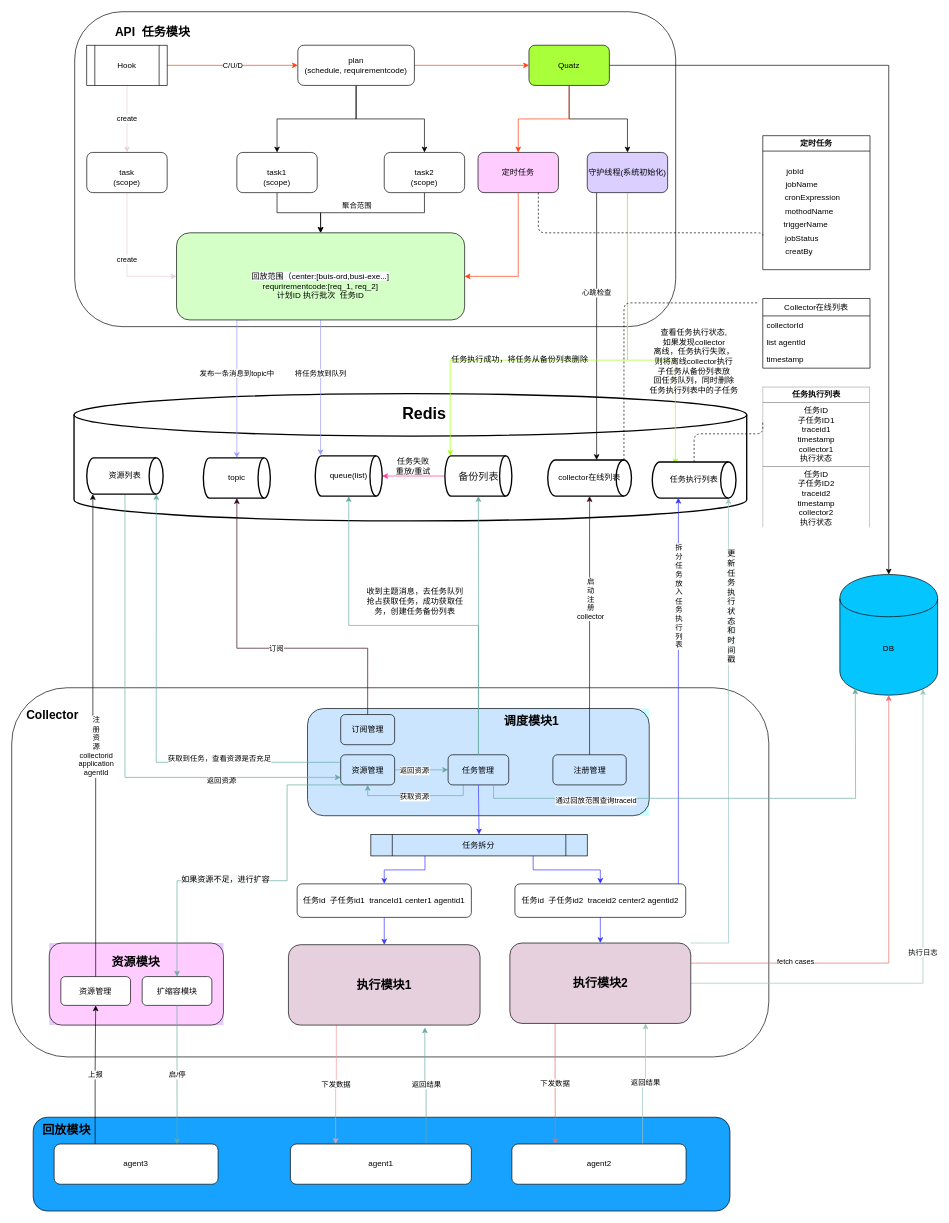
The draw.io diagram 调度管理.drawio in mayi295940/diagrams, before the edit. Source tidied: cells renumbered, new cells numbered last; positions are measured from the earlier drawing's top-left corner, leaving out a move shared by most shapes. Both pictures are drawn from the tidied source at 67%, with x=0, y=0 at pixel (11, 11).
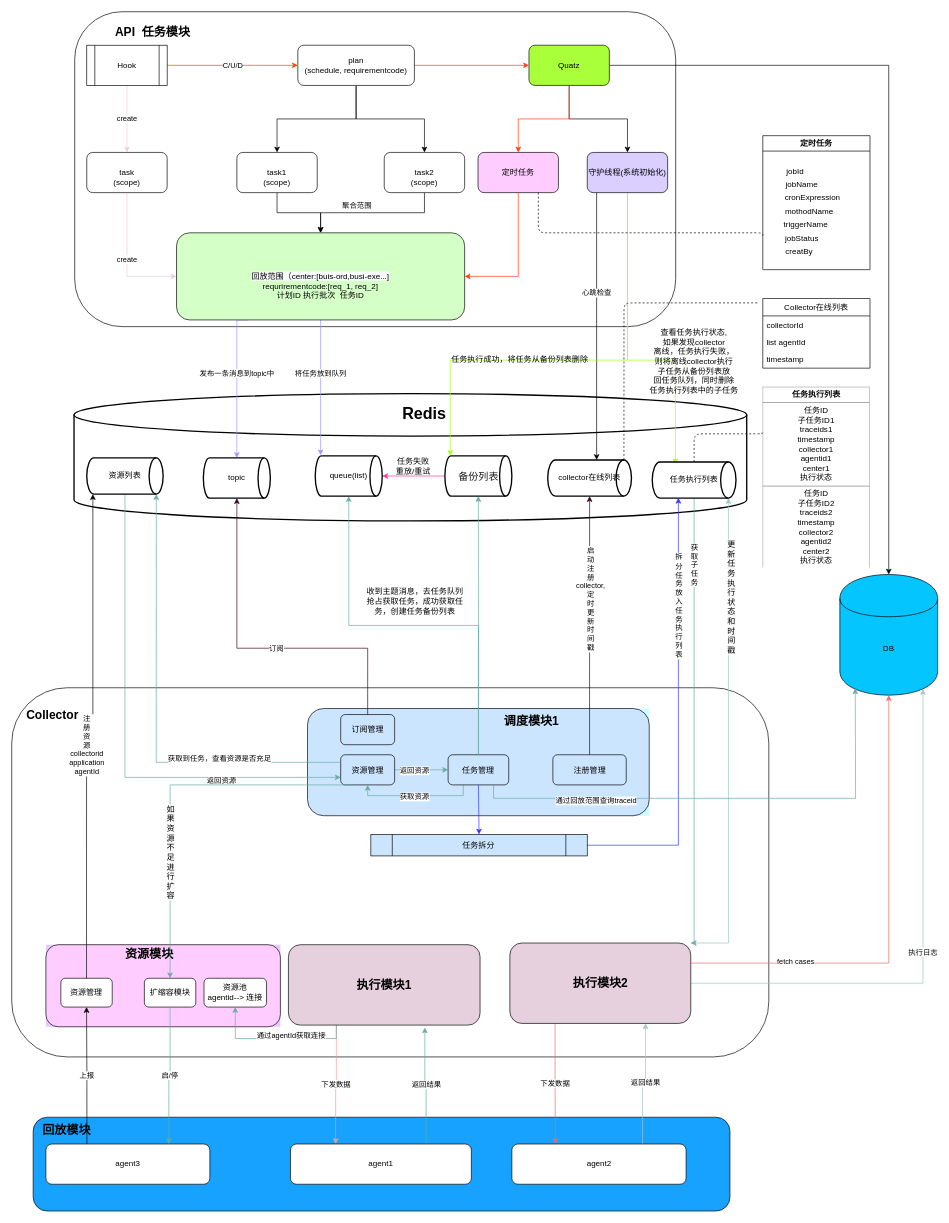
The same page after the edit.

Commit message:
更新调度管理.drawio

Unchanged cells that the change refers to:
```xml
<mxCell id="38" style="edgeStyle=orthogonalEdgeStyle;rounded=0;jettySize=auto;html=1;exitX=1;exitY=0;exitDx=0;exitDy=0;entryX=0.91;entryY=1;entryDx=0;entryDy=0;entryPerimeter=0;strokeColor=#9AC7BF;fillColor=#FFFF99;" parent="1" edge="1" source="40" target="64">
  <mxGeometry relative="1" as="geometry">
    <Array as="points">
      <mxPoint x="1070" y="1390" />
    </Array>
  </mxGeometry>
</mxCell>
<mxCell id="40" value="&lt;font style=&quot;font-size: 18px&quot;&gt;&lt;b&gt;执行模块2&lt;/b&gt;&lt;/font&gt;" style="rounded=1;whiteSpace=wrap;html=1;fillColor=#E6D0DE;" parent="1" vertex="1">
  <mxGeometry x="743.5" y="1390" width="270" height="120" as="geometry" />
</mxCell>
<mxCell id="55" value="资源管理" style="rounded=1;whiteSpace=wrap;html=1;strokeColor=#000000;fillColor=#CCE5FF;" parent="51" vertex="1">
  <mxGeometry x="29.5" y="69" width="80.5" height="45" as="geometry" />
</mxCell>
<mxCell id="64" value="任务执行列表" style="strokeWidth=2;html=1;shape=mxgraph.flowchart.direct_data;whiteSpace=wrap;fillColor=#FFFFFF;" parent="1" vertex="1">
  <mxGeometry x="956" y="672" width="125" height="54" as="geometry" />
</mxCell>
<mxCell id="76" value="&lt;font style=&quot;font-size: 18px&quot;&gt;&lt;b&gt;执行模块1&lt;/b&gt;&lt;/font&gt;" style="rounded=1;whiteSpace=wrap;html=1;fillColor=#E6D0DE;" parent="1" vertex="1">
  <mxGeometry x="413" y="1392.5" width="286" height="120" as="geometry" />
</mxCell>
<mxCell id="94" value="任务拆分" style="shape=process;whiteSpace=wrap;html=1;backgroundOutline=1;fillColor=#CCE5FF;" parent="1" vertex="1">
  <mxGeometry x="536" y="1228" width="323" height="32" as="geometry" />
</mxCell>
<mxCell id="112" style="edgeStyle=none;rounded=0;jettySize=auto;html=1;exitX=0.5;exitY=0;exitDx=0;exitDy=0;entryX=0.5;entryY=1;entryDx=0;entryDy=0;entryPerimeter=0;strokeColor=#33001A;fillColor=#FFFF99;" parent="1" edge="1" source="56" target="74">
  <mxGeometry relative="1" as="geometry" />
</mxCell>
```

The edit, as a diff of the source:
```diff
@@
     <mxCell id="39" value="&lt;span style=&quot;font-size: 12px ; background-color: rgb(248 , 249 , 250)&quot;&gt;更&lt;/span&gt;&lt;br style=&quot;font-size: 12px ; background-color: rgb(248 , 249 , 250)&quot;&gt;&lt;span style=&quot;font-size: 12px ; background-color: rgb(248 , 249 , 250)&quot;&gt;新&lt;/span&gt;&lt;br style=&quot;font-size: 12px ; background-color: rgb(248 , 249 , 250)&quot;&gt;&lt;span style=&quot;font-size: 12px ; background-color: rgb(248 , 249 , 250)&quot;&gt;任&lt;/span&gt;&lt;br style=&quot;font-size: 12px ; background-color: rgb(248 , 249 , 250)&quot;&gt;&lt;span style=&quot;font-size: 12px ; background-color: rgb(248 , 249 , 250)&quot;&gt;务&lt;/span&gt;&lt;br style=&quot;font-size: 12px ; background-color: rgb(248 , 249 , 250)&quot;&gt;&lt;span style=&quot;font-size: 12px ; background-color: rgb(248 , 249 , 250)&quot;&gt;执&lt;/span&gt;&lt;br style=&quot;font-size: 12px ; background-color: rgb(248 , 249 , 250)&quot;&gt;&lt;span style=&quot;font-size: 12px ; background-color: rgb(248 , 249 , 250)&quot;&gt;行&lt;/span&gt;&lt;br style=&quot;font-size: 12px ; background-color: rgb(248 , 249 , 250)&quot;&gt;&lt;span style=&quot;font-size: 12px ; background-color: rgb(248 , 249 , 250)&quot;&gt;状&lt;/span&gt;&lt;br style=&quot;font-size: 12px ; background-color: rgb(248 , 249 , 250)&quot;&gt;&lt;span style=&quot;font-size: 12px ; background-color: rgb(248 , 249 , 250)&quot;&gt;态&lt;/span&gt;&lt;br style=&quot;font-size: 12px ; background-color: rgb(248 , 249 , 250)&quot;&gt;&lt;span style=&quot;font-size: 12px ; background-color: rgb(248 , 249 , 250)&quot;&gt;和&lt;/span&gt;&lt;br style=&quot;font-size: 12px ; background-color: rgb(248 , 249 , 250)&quot;&gt;&lt;span style=&quot;font-size: 12px ; background-color: rgb(248 , 249 , 250)&quot;&gt;时&lt;/span&gt;&lt;br style=&quot;font-size: 12px ; background-color: rgb(248 , 249 , 250)&quot;&gt;&lt;span style=&quot;font-size: 12px ; background-color: rgb(248 , 249 , 250)&quot;&gt;间&lt;/span&gt;&lt;br style=&quot;font-size: 12px ; background-color: rgb(248 , 249 , 250)&quot;&gt;&lt;span style=&quot;font-size: 12px ; background-color: rgb(248 , 249 , 250)&quot;&gt;戳&lt;/span&gt;" style="edgeLabel;html=1;align=center;verticalAlign=middle;" parent="38" vertex="1">
       <mxGeometry x="0.7" y="-4" relative="1" as="geometry">
-        <mxPoint y="53" as="offset" />
+        <mxPoint y="39" as="offset" />
       </mxGeometry>
     </mxCell>
@@
     <mxCell id="41" style="group;fillColor=#E5CCFF;" parent="1" vertex="1">
-      <mxGeometry x="56" y="1390" width="260" height="122.5" as="geometry" />
+      <mxGeometry x="51" y="1392.5" width="350" height="122.5" as="geometry" />
     </mxCell>
     <mxCell id="42" style="rounded=1;whiteSpace=wrap;html=1;fillColor=#FFCCFF;" parent="41" vertex="1">
-      <mxGeometry width="260" height="122.5" as="geometry" />
+      <mxGeometry width="350" height="122.5" as="geometry" />
     </mxCell>
     <mxCell id="43" value="&lt;font style=&quot;font-size: 18px&quot;&gt;&lt;b&gt;资源模块&lt;/b&gt;&lt;/font&gt;" style="text;html=1;strokeColor=none;fillColor=none;align=center;verticalAlign=middle;whiteSpace=wrap;rounded=0;" parent="41" vertex="1">
-      <mxGeometry x="69.3" y="21.5" width="121.3" height="14.3" as="geometry" />
+      <mxGeometry x="73.3" y="7.5" width="163.3" height="14.3" as="geometry" />
     </mxCell>
     <mxCell id="44" value="资源管理" style="rounded=1;whiteSpace=wrap;html=1;fillColor=#FFFFFF;" parent="41" vertex="1">
-      <mxGeometry x="17.3" y="50.1" width="104" height="43" as="geometry" />
+      <mxGeometry x="22.3" y="50.1" width="76.7" height="43" as="geometry" />
     </mxCell>
     <mxCell id="45" value="扩缩容模块" style="rounded=1;whiteSpace=wrap;html=1;fillColor=#FFFFFF;" parent="41" vertex="1">
-      <mxGeometry x="138.7" y="50.1" width="104" height="43" as="geometry" />
+      <mxGeometry x="147" y="50.1" width="76.7" height="43" as="geometry" />
     </mxCell>
+    <mxCell id="125" value="资源池&lt;br&gt;agentid--&amp;gt; 连接" style="rounded=1;whiteSpace=wrap;html=1;fillColor=#FFFFFF;" parent="41" vertex="1">
+      <mxGeometry x="236" y="50.1" width="93.3" height="43" as="geometry" />
+    </mxCell>
@@
+    <mxCell id="126" style="edgeStyle=orthogonalEdgeStyle;rounded=0;jettySize=auto;html=1;exitX=0.5;exitY=1;exitDx=0;exitDy=0;exitPerimeter=0;entryX=1;entryY=0;entryDx=0;entryDy=0;strokeColor=#67AB9F;" parent="1" edge="1" source="64" target="40">
+      <mxGeometry relative="1" as="geometry">
+        <Array as="points">
+          <mxPoint x="1019" y="1390" />
+        </Array>
+      </mxGeometry>
+    </mxCell>
+    <mxCell id="127" value="获&lt;br&gt;取&lt;br&gt;子&lt;br&gt;任&lt;br&gt;务" style="edgeLabel;html=1;align=center;verticalAlign=middle;" parent="126" vertex="1">
+      <mxGeometry x="-0.34" relative="1" as="geometry">
+        <mxPoint y="-122" as="offset" />
+      </mxGeometry>
+    </mxCell>
@@
-    <mxCell id="68" style="group;" parent="1" vertex="1">
-      <mxGeometry x="476" y="1301.7" width="210" height="50" as="geometry" />
-    </mxCell>
-    <mxCell id="69" value="任务id&amp;nbsp; 子任务id1&amp;nbsp; tranceId1 center1 agentid1" style="rounded=1;whiteSpace=wrap;html=1;fillColor=#FFFFFF;" parent="68" vertex="1">
-      <mxGeometry x="-50" width="260" height="50" as="geometry" />
-    </mxCell>
@@
+    <mxCell id="128" style="edgeStyle=orthogonalEdgeStyle;rounded=0;jettySize=auto;html=1;exitX=0.25;exitY=1;exitDx=0;exitDy=0;entryX=0.5;entryY=1;entryDx=0;entryDy=0;strokeColor=#67AB9F;" parent="1" edge="1" source="76" target="125">
+      <mxGeometry relative="1" as="geometry" />
+    </mxCell>
+    <mxCell id="129" value="通过agentId获取连接" style="edgeLabel;html=1;align=center;verticalAlign=middle;" parent="128" vertex="1">
+      <mxGeometry x="-0.27" y="-5" relative="1" as="geometry">
+        <mxPoint x="-9" as="offset" />
+      </mxGeometry>
+    </mxCell>
@@
     <mxCell id="88" value="agent3" style="rounded=1;whiteSpace=wrap;html=1;fillColor=#FFFFFF;" parent="1" vertex="1">
-      <mxGeometry x="63.3" y="1690" width="244.7" height="60" as="geometry" />
+      <mxGeometry x="51" y="1690" width="244.7" height="60" as="geometry" />
     </mxCell>
@@
-    <mxCell id="90" style="edgeStyle=orthogonalEdgeStyle;rounded=0;jettySize=auto;html=1;exitX=1;exitY=0.5;exitDx=0;exitDy=0;entryX=0.312;entryY=0.991;entryDx=0;entryDy=0;entryPerimeter=0;strokeColor=#3333FF;" parent="1" edge="1" source="110" target="64">
-      <mxGeometry relative="1" as="geometry">
-        <Array as="points">
-          <mxPoint x="995" y="1327" />
-        </Array>
-      </mxGeometry>
+    <mxCell id="90" style="edgeStyle=orthogonalEdgeStyle;rounded=0;jettySize=auto;html=1;exitX=1;exitY=0.5;exitDx=0;exitDy=0;entryX=0.312;entryY=0.991;entryDx=0;entryDy=0;entryPerimeter=0;strokeColor=#3333FF;" parent="1" edge="1" source="94" target="64">
+      <mxGeometry relative="1" as="geometry" />
     </mxCell>
@@
-    <mxCell id="92" style="edgeStyle=orthogonalEdgeStyle;rounded=0;jettySize=auto;html=1;exitX=0.25;exitY=1;exitDx=0;exitDy=0;entryX=0.5;entryY=0;entryDx=0;entryDy=0;strokeColor=#3333FF;fillColor=#FFFF99;" parent="1" edge="1" source="94" target="69">
-      <mxGeometry relative="1" as="geometry" />
-    </mxCell>
-    <mxCell id="93" style="edgeStyle=orthogonalEdgeStyle;rounded=0;jettySize=auto;html=1;exitX=0.75;exitY=1;exitDx=0;exitDy=0;entryX=0.5;entryY=0;entryDx=0;entryDy=0;strokeColor=#3333FF;fillColor=#FFFF99;" parent="1" edge="1" source="94" target="110">
-      <mxGeometry relative="1" as="geometry" />
-    </mxCell>
@@
-    <mxCell id="97" value="&lt;table border=&quot;1&quot; width=&quot;100%&quot; cellpadding=&quot;4&quot; style=&quot;width: 100% ; height: 100% ; border-collapse: collapse&quot;&gt;&lt;tbody&gt;&lt;tr&gt;&lt;th align=&quot;center&quot;&gt;任务执行列表&lt;/th&gt;&lt;/tr&gt;&lt;tr&gt;&lt;td align=&quot;center&quot;&gt;任务ID&lt;br&gt;子任务ID1&lt;br&gt;traceid1&lt;br&gt;timestamp&lt;br&gt;collector1&lt;br&gt;执行状态&lt;/td&gt;&lt;/tr&gt;&lt;tr&gt;&lt;td align=&quot;center&quot;&gt;任务ID&lt;br&gt;子任务ID2&lt;br&gt;traceid2&lt;br&gt;timestamp&lt;br&gt;collector2&lt;br&gt;执行状态&lt;br&gt;&lt;/td&gt;&lt;/tr&gt;&lt;/tbody&gt;&lt;/table&gt;" style="text;html=1;strokeColor=none;fillColor=none;overflow=fill;" parent="1" vertex="1">
-      <mxGeometry x="1121" y="560" width="160" height="210" as="geometry" />
+    <mxCell id="97" value="&lt;table border=&quot;1&quot; width=&quot;100%&quot; cellpadding=&quot;4&quot; style=&quot;width: 100% ; height: 100% ; border-collapse: collapse&quot;&gt;&lt;tbody&gt;&lt;tr&gt;&lt;th align=&quot;center&quot;&gt;任务执行列表&lt;/th&gt;&lt;/tr&gt;&lt;tr&gt;&lt;td align=&quot;center&quot;&gt;任务ID&lt;br&gt;子任务ID1&lt;br&gt;traceids1&lt;br&gt;timestamp&lt;br&gt;collector1&lt;br&gt;agentid1&lt;br&gt;center1&lt;br&gt;执行状态&lt;/td&gt;&lt;/tr&gt;&lt;tr&gt;&lt;td align=&quot;center&quot;&gt;任务ID&lt;br&gt;子任务ID2&lt;br&gt;traceids2&lt;br&gt;timestamp&lt;br&gt;collector2&lt;br&gt;agentid2&lt;br&gt;center2&lt;br&gt;执行状态&lt;br&gt;&lt;/td&gt;&lt;/tr&gt;&lt;/tbody&gt;&lt;/table&gt;" style="text;html=1;strokeColor=none;fillColor=none;overflow=fill;" parent="1" vertex="1">
+      <mxGeometry x="1121" y="560" width="160" height="270" as="geometry" />
     </mxCell>
@@
-    <mxCell id="109" style="edgeStyle=orthogonalEdgeStyle;rounded=0;jettySize=auto;html=1;exitX=0.5;exitY=1;exitDx=0;exitDy=0;entryX=0.5;entryY=0;entryDx=0;entryDy=0;strokeColor=#3333FF;fillColor=#FFFF99;" parent="1" edge="1" source="110" target="40">
-      <mxGeometry relative="1" as="geometry" />
-    </mxCell>
-    <mxCell id="110" value="任务id&amp;nbsp; 子任务id2&amp;nbsp; traceid2 center2 agentid2" style="rounded=1;whiteSpace=wrap;html=1;fillColor=#FFFFFF;" parent="1" vertex="1">
-      <mxGeometry x="751" y="1301.7" width="255" height="50" as="geometry" />
-    </mxCell>
-    <mxCell id="111" style="edgeStyle=orthogonalEdgeStyle;rounded=0;jettySize=auto;html=1;exitX=0.5;exitY=1;exitDx=0;exitDy=0;entryX=0.5;entryY=0;entryDx=0;entryDy=0;strokeColor=#3333FF;fillColor=#FFFF99;" parent="1" edge="1" source="69" target="76">
-      <mxGeometry relative="1" as="geometry" />
-    </mxCell>
@@
-    <mxCell id="113" value="启&lt;br&gt;动&lt;br&gt;注&lt;br&gt;册&lt;br&gt;collector" style="edgeLabel;html=1;align=center;verticalAlign=middle;" parent="112" vertex="1">
+    <mxCell id="113" value="启&lt;br&gt;动&lt;br&gt;注&lt;br&gt;册&lt;br&gt;collector,&lt;br&gt;定&lt;br&gt;时&lt;br&gt;更&lt;br&gt;新&lt;br&gt;时&lt;br&gt;间&lt;br&gt;戳" style="edgeLabel;html=1;align=center;verticalAlign=middle;" parent="112" vertex="1">
       <mxGeometry x="0.1" relative="1" as="geometry">
         <mxPoint x="1" y="-21" as="offset" />
       </mxGeometry>
     </mxCell>
@@
-    <mxCell id="117" style="edgeStyle=orthogonalEdgeStyle;rounded=0;jettySize=auto;html=1;exitX=0.25;exitY=1;exitDx=0;exitDy=0;entryX=0.5;entryY=0;entryDx=0;entryDy=0;strokeColor=#67AB9F;fillColor=#FFFF99;" parent="1" edge="1" source="55" target="45">
+    <mxCell id="117" style="rounded=0;jettySize=auto;html=1;exitX=0.25;exitY=1;exitDx=0;exitDy=0;entryX=0.5;entryY=0;entryDx=0;entryDy=0;strokeColor=#67AB9F;fillColor=#FFFF99;edgeStyle=orthogonalEdgeStyle;" parent="1" edge="1" source="55" target="45">
       <mxGeometry relative="1" as="geometry">
         <Array as="points">
-          <mxPoint x="411" y="1154" />
-          <mxPoint x="411" y="1297" />
-          <mxPoint x="247" y="1297" />
+          <mxPoint x="236" y="1154" />
         </Array>
       </mxGeometry>
     </mxCell>
-    <mxCell id="118" value="&lt;span style=&quot;font-size: 12px ; background-color: rgb(248 , 249 , 250)&quot;&gt;如果资源不足，进行扩容&lt;/span&gt;" style="edgeLabel;html=1;align=center;verticalAlign=middle;" parent="117" vertex="1">
-      <mxGeometry x="0.22" y="-2" relative="1" as="geometry" />
+    <mxCell id="118" value="&lt;span style=&quot;font-size: 12px ; background-color: rgb(248 , 249 , 250)&quot;&gt;如&lt;br&gt;果&lt;br&gt;资&lt;br&gt;源&lt;br&gt;不&lt;br&gt;足&lt;br&gt;进&lt;br&gt;行&lt;br&gt;扩&lt;br&gt;容&lt;/span&gt;" style="edgeLabel;html=1;align=center;verticalAlign=middle;" parent="117" vertex="1">
+      <mxGeometry x="0.22" y="-2" relative="1" as="geometry">
+        <mxPoint x="2" y="30.8" as="offset" />
+      </mxGeometry>
     </mxCell>
```
